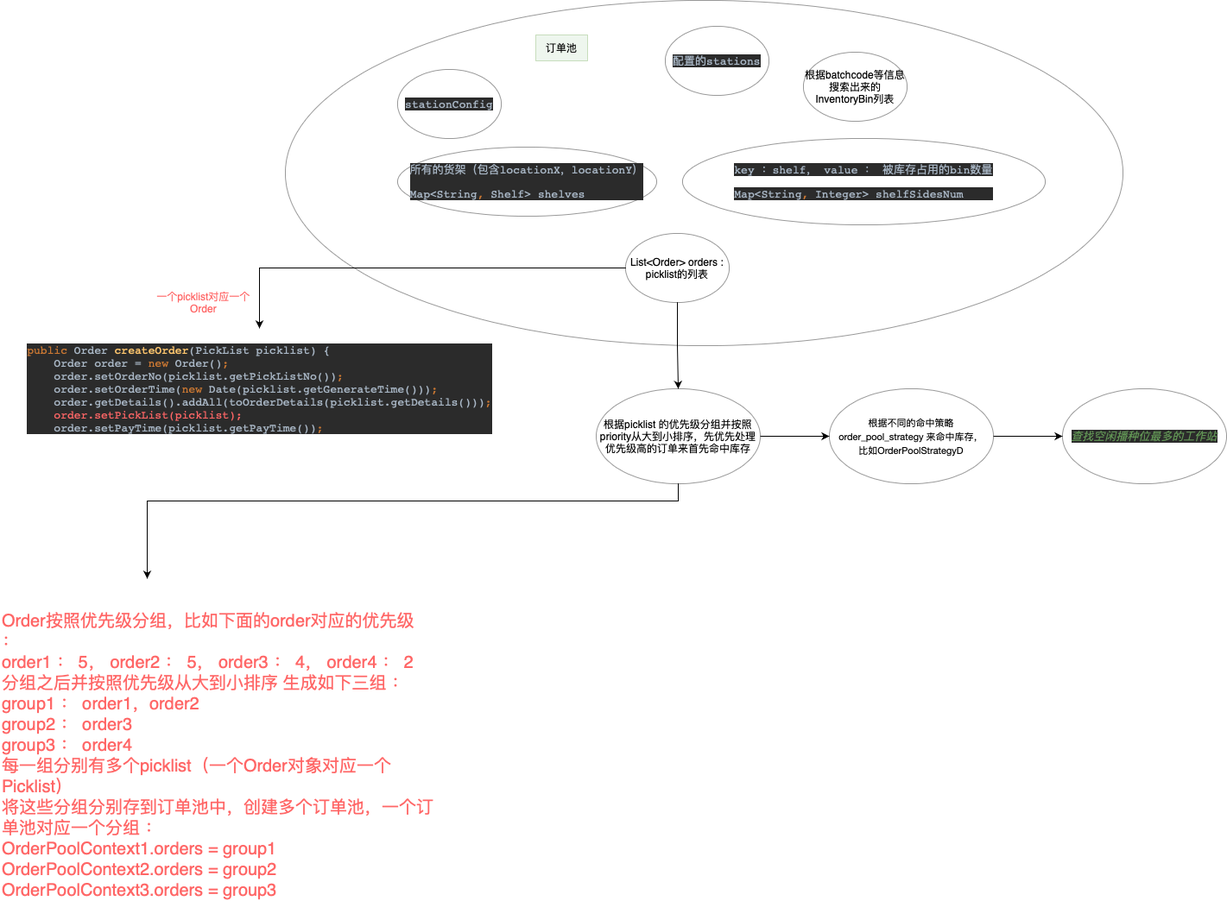
cong666/flow-chart keeps this draw.io diagram as 订单池-命中库存.drawio.png. Above is the earlier version. Source tidied: cells renumbered, new cells last; positions are measured from the earlier drawing's top-left corner, leaving out a move shared by most shapes.
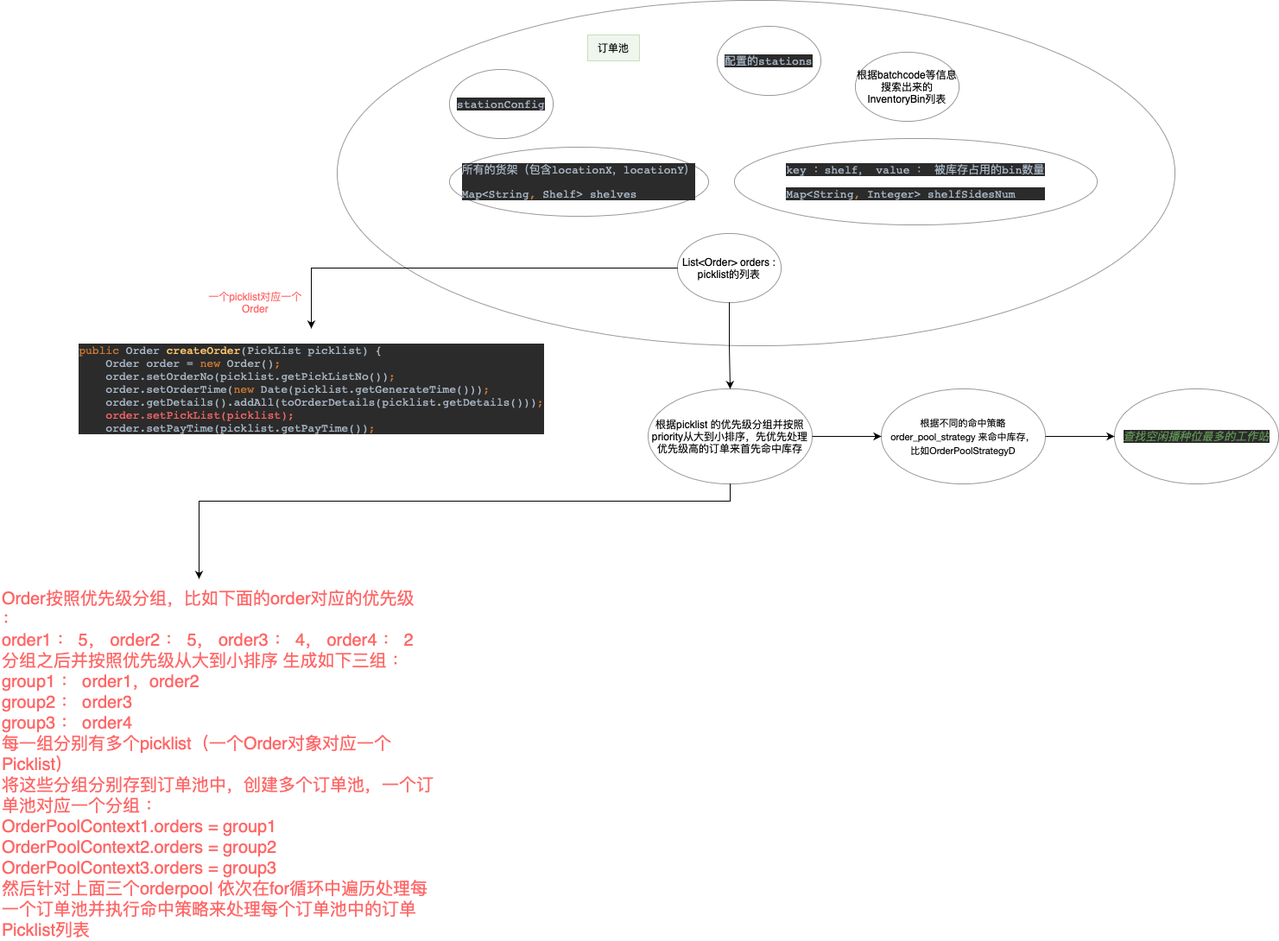
Later version of the same file.

Commit message:
更新订单池-命中库存.drawio.png

Change to the diagram source:
```diff
@@ -62,8 +62,8 @@
     <mxCell id="19" value="一个picklist对应一个&lt;br&gt;Order" style="text;html=1;align=center;verticalAlign=middle;strokeColor=none;fillColor=none;fontColor=#FF6666;" parent="1" vertex="1">
       <mxGeometry x="170" y="330" width="130" height="40" as="geometry" />
     </mxCell>
-    <mxCell id="20" value="&lt;font style=&quot;font-size: 20px;&quot;&gt;Order按照优先级分组，比如下面的order对应的优先级 ：&amp;nbsp;&lt;br&gt;order1 ： 5， order2 ： 5， order3 ： 4， order4 ： 2&lt;br&gt;分组之后并按照优先级从大到小排序 生成如下三组 ：&amp;nbsp;&lt;br&gt;group1 ： order1，order2&lt;br&gt;group2 ： order3&lt;br&gt;group3 ： order4&lt;br&gt;每一组分别有多个picklist（一个Order对象对应一个Picklist）&lt;br&gt;将这些分组分别存到订单池中，创建多个订单池，一个订单池对应一个分组 ：&amp;nbsp;&lt;br&gt;OrderPoolContext1.orders = group1&lt;br&gt;OrderPoolContext2.orders = group2&lt;br&gt;OrderPoolContext3.orders = group3&lt;br&gt;&lt;/font&gt;" style="text;html=1;strokeColor=none;fillColor=none;align=left;verticalAlign=middle;whiteSpace=wrap;rounded=0;fontColor=#FF6666;" parent="1" vertex="1">
-      <mxGeometry y="860" width="510" height="30" as="geometry" />
+    <mxCell id="20" value="&lt;font style=&quot;font-size: 20px;&quot;&gt;Order按照优先级分组，比如下面的order对应的优先级 ：&amp;nbsp;&lt;br&gt;order1 ： 5， order2 ： 5， order3 ： 4， order4 ： 2&lt;br&gt;分组之后并按照优先级从大到小排序 生成如下三组 ：&amp;nbsp;&lt;br&gt;group1 ： order1，order2&lt;br&gt;group2 ： order3&lt;br&gt;group3 ： order4&lt;br&gt;每一组分别有多个picklist（一个Order对象对应一个Picklist）&lt;br&gt;将这些分组分别存到订单池中，创建多个订单池，一个订单池对应一个分组 ：&amp;nbsp;&lt;br&gt;OrderPoolContext1.orders = group1&lt;br&gt;OrderPoolContext2.orders = group2&lt;br&gt;OrderPoolContext3.orders = group3&lt;br&gt;然后针对上面三个orderpool 依次在for循环中遍历处理每一个订单池并执行命中策略来处理每个订单池中的订单Picklist列表&lt;br&gt;&lt;/font&gt;" style="text;html=1;strokeColor=none;fillColor=none;align=left;verticalAlign=middle;whiteSpace=wrap;rounded=0;fontColor=#FF6666;" parent="1" vertex="1">
+      <mxGeometry x="-60" y="870" width="510" height="30" as="geometry" />
     </mxCell>
   </root>
 </mxGraphModel>
```
